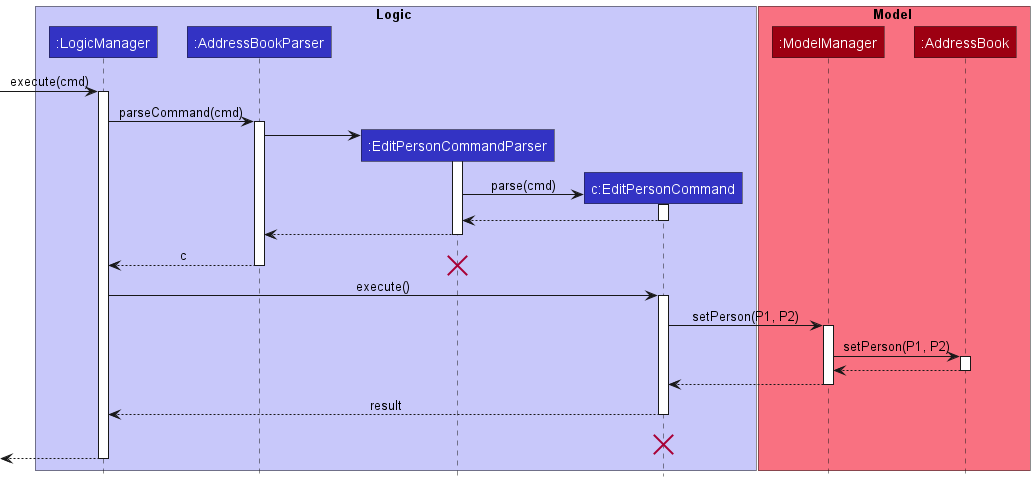
Earlier version of the PlantUML export docs/images/EditPersonSequenceDiagram.png (nus-cs2103-AY2223S1/tp).
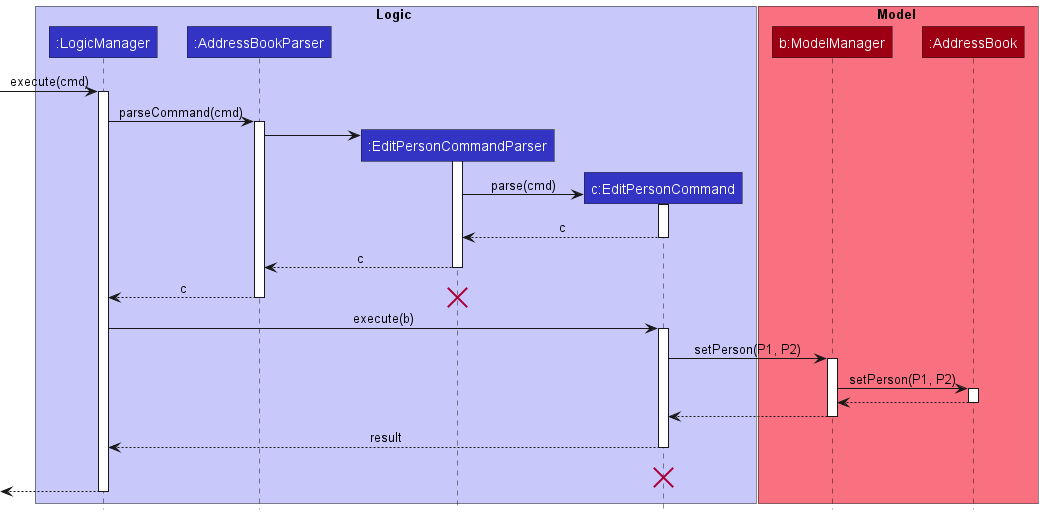
After the change.

What changed in the source:
```diff
@@ -9,7 +9,7 @@
 end box
 
 box Model MODEL_COLOR_T1
-participant ":ModelManager" as ModelManager MODEL_COLOR
+participant "b:ModelManager" as ModelManager MODEL_COLOR
 participant ":AddressBook" as AddressBook MODEL_COLOR
 end box
 
@@ -27,17 +27,17 @@
 EditPersonCommandParser -> EditPersonCommand : parse(cmd)
 activate EditPersonCommand
 
-EditPersonCommand --> EditPersonCommandParser
+EditPersonCommand --> EditPersonCommandParser : c
 deactivate EditPersonCommand
 
-EditPersonCommandParser --> AddressBookParser
+EditPersonCommandParser --> AddressBookParser : c
 deactivate EditPersonCommandParser
 
 AddressBookParser --> LogicManager : c
 deactivate AddressBookParser
 destroy EditPersonCommandParser
 
-LogicManager -> EditPersonCommand : execute()
+LogicManager -> EditPersonCommand : execute(b)
 activate EditPersonCommand
 
 EditPersonCommand -> ModelManager : setPerson(P1, P2)
```
